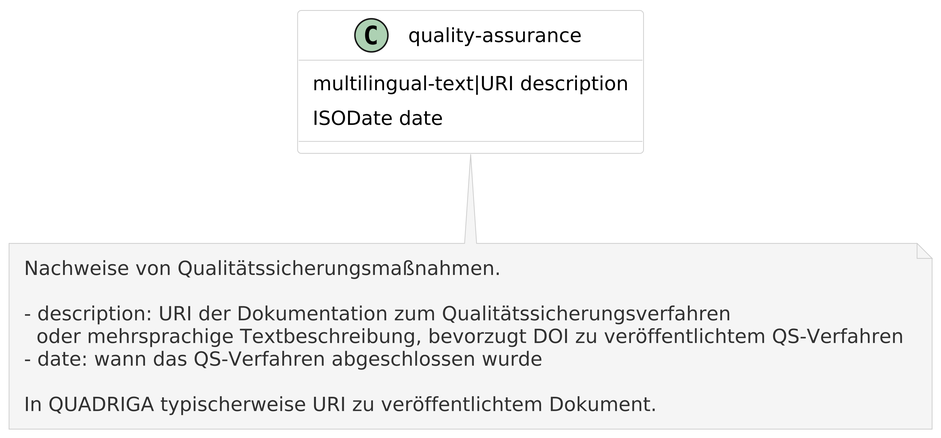
Before: diagrams/png/quality-assurance.png, a diagram exported from PlantUML (quadriga-dk/quadriga-schema).
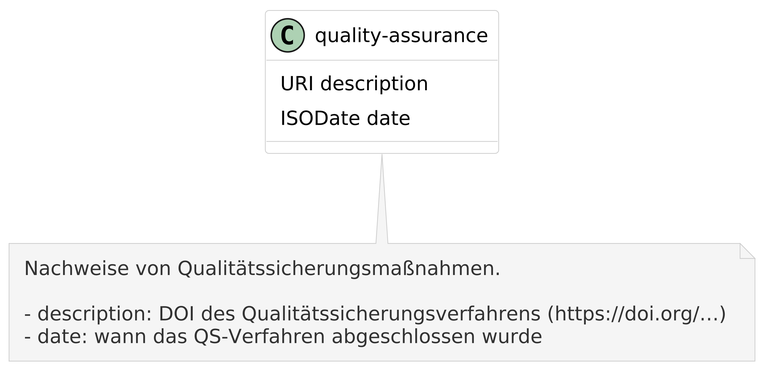
After the commit.

Commit message:
feat: Simplify quality assurance to only accept a DOI for the field description

What changed in the source:
```diff
@@ -19,18 +19,15 @@
 
 
 class "quality-assurance" {
-  multilingual-text|URI description
+  URI description
   ISODate date
 }
 
 note bottom of "quality-assurance"
   Nachweise von Qualitätssicherungsmaßnahmen.
 
-  - description: URI der Dokumentation zum Qualitätssicherungsverfahren
-    oder mehrsprachige Textbeschreibung, bevorzugt DOI zu veröffentlichtem QS-Verfahren
+  - description: DOI des Qualitätssicherungsverfahrens (https://doi.org/…)
   - date: wann das QS-Verfahren abgeschlossen wurde
-
-  In QUADRIGA typischerweise URI zu veröffentlichtem Dokument.
 end note
 
 @enduml
```
